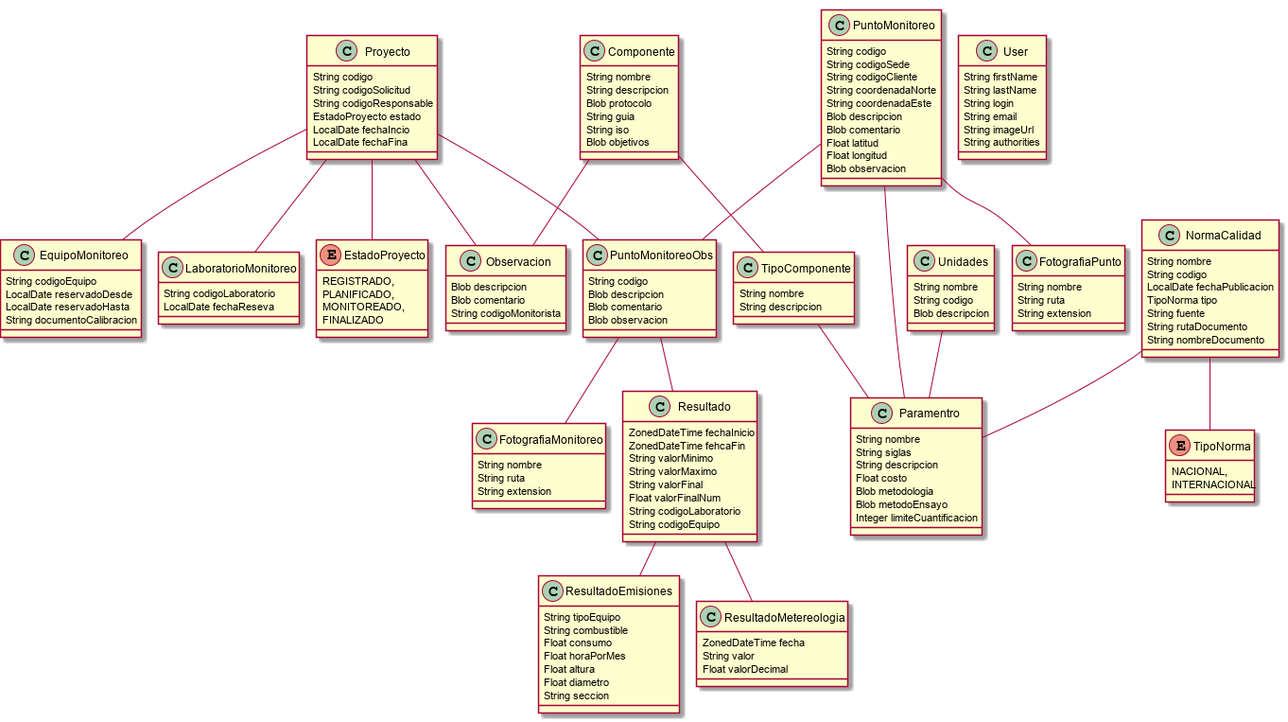
Above: Monitoreo.model.png in MIJAEL888/Sigma (PlantUML), before the change. The source it was exported from:
```plantuml
@startuml
	!pragma graphviz_dot jdot
	!pragma syntax class
	class Proyecto  {
		String codigo
		String codigoSolicitud
		String codigoResponsable
		EstadoProyecto estado
		LocalDate fechaIncio
		LocalDate fechaFina
	}
	Proyecto ..> EstadoProyecto
	class EquipoMonitoreo  {
		String codigoEquipo
		LocalDate reservadoDesde
		LocalDate reservadoHasta
		String documentoCalibracion
	}
	class LaboratorioMonitoreo  {
		String codigoLaboratorio
		LocalDate fechaReseva
	}
	class Observacion  {
		Blob descripcion
		Blob comentario
		String codigoMonitorista
	}
	class Componente  {
		String nombre
		String descripcion
		Blob protocolo
		String guia
		String iso
		Blob objetivos
	}
	class TipoComponente  {
		String nombre
		String descripcion
	}
	class Paramentro  {
		String nombre
		String siglas
		String descripcion
		Float costo
		Blob metodologia
		Blob metodoEnsayo
		Integer limiteCuantificacion
	}
	class NormaCalidad  {
		String nombre
		String codigo
		LocalDate fechaPublicacion
		TipoNorma tipo
		String fuente
		String rutaDocumento
		String nombreDocumento
	}
	NormaCalidad ..> TipoNorma
	class PuntoMonitoreo  {
		String codigo
		String codigoSede
		String codigoCliente
		String coordenadaNorte
		String coordenadaEste
		Blob descripcion
		Blob comentario
		Float latitud
		Float longitud
		Blob observacion
	}
	class PuntoMonitoreoObs  {
		String codigo
		Blob descripcion
		Blob comentario
		Blob observacion
	}
	class FotografiaPunto  {
		String nombre
		String ruta
		String extension
	}
	class FotografiaMonitoreo  {
		String nombre
		String ruta
		String extension
	}
	enum EstadoProyecto {
		REGISTRADO,
		PLANIFICADO,
		MONITOREADO,
		FINALIZADO
	}
	enum TipoNorma {
		NACIONAL,
		INTERNACIONAL
	}
	class Unidades  {
		String nombre
		String codigo
		Blob descripcion
	}
	class Resultado  {
		ZonedDateTime fechaInicio
		ZonedDateTime fehcaFin
		String valorMinimo
		String valorMaximo
		String valorFinal
		Float valorFinalNum
		String codigoLaboratorio
		String codigoEquipo
	}
	class ResultadoEmisiones  {
		String tipoEquipo
		String combustible
		Float consumo
		Float horaPorMes
		Float altura
		Float diametro
		String seccion
	}
	class ResultadoMetereologia  {
		ZonedDateTime fecha
		String valor
		Float valorDecimal
	}
	Proyecto  "PuntoMonitoreo 0..1 " --o "proyecto 0..* "  PuntoMonitoreoObs
	PuntoMonitoreo  "puntoMonitoreoObs 0..1 " --o "0..* "  PuntoMonitoreoObs
	PuntoMonitoreo  "Paramentro 0..1 " --o "0..* "  Paramentro
	Componente  "tipoComponente 0..1 " --o "0..* "  TipoComponente
	TipoComponente  "Paramentro 0..1 " --o "0..* "  Paramentro
	NormaCalidad  "Paramentro 0..1 " --o "0..* "  Paramentro
	Unidades  "Paramentro 0..1 " --o "0..* "  Paramentro
	PuntoMonitoreo  "fotografiaPunto 0..1 " --o "0..* "  FotografiaPunto
	PuntoMonitoreoObs  "fotografiaMonitoreo 0..1 " --o "0..* "  FotografiaMonitoreo
	Proyecto  "equipo 0..1 " --o "proyecto 0..* "  EquipoMonitoreo
	Proyecto  "observacion 0..1 " --o "proyecto 0..* "  Observacion
	Proyecto  "laboratorio 0..1 " --o "0..* "  LaboratorioMonitoreo
	Resultado  "resultadoEmisiones 0..1 " --o "0..* "  ResultadoEmisiones
	Resultado  "resultadoMetereologia 0..1 " --o "0..* "  ResultadoMetereologia
	Componente  "observacion 0..1 " --o "0..* "  Observacion
	PuntoMonitoreoObs  "resultado 0..1 " -- "puntoMonitoreoObs 0..1 "  Resultado
	class User  {
		String firstName
		String lastName
		String login
		String email
		String imageUrl
		String authorities
	}
@enduml
```
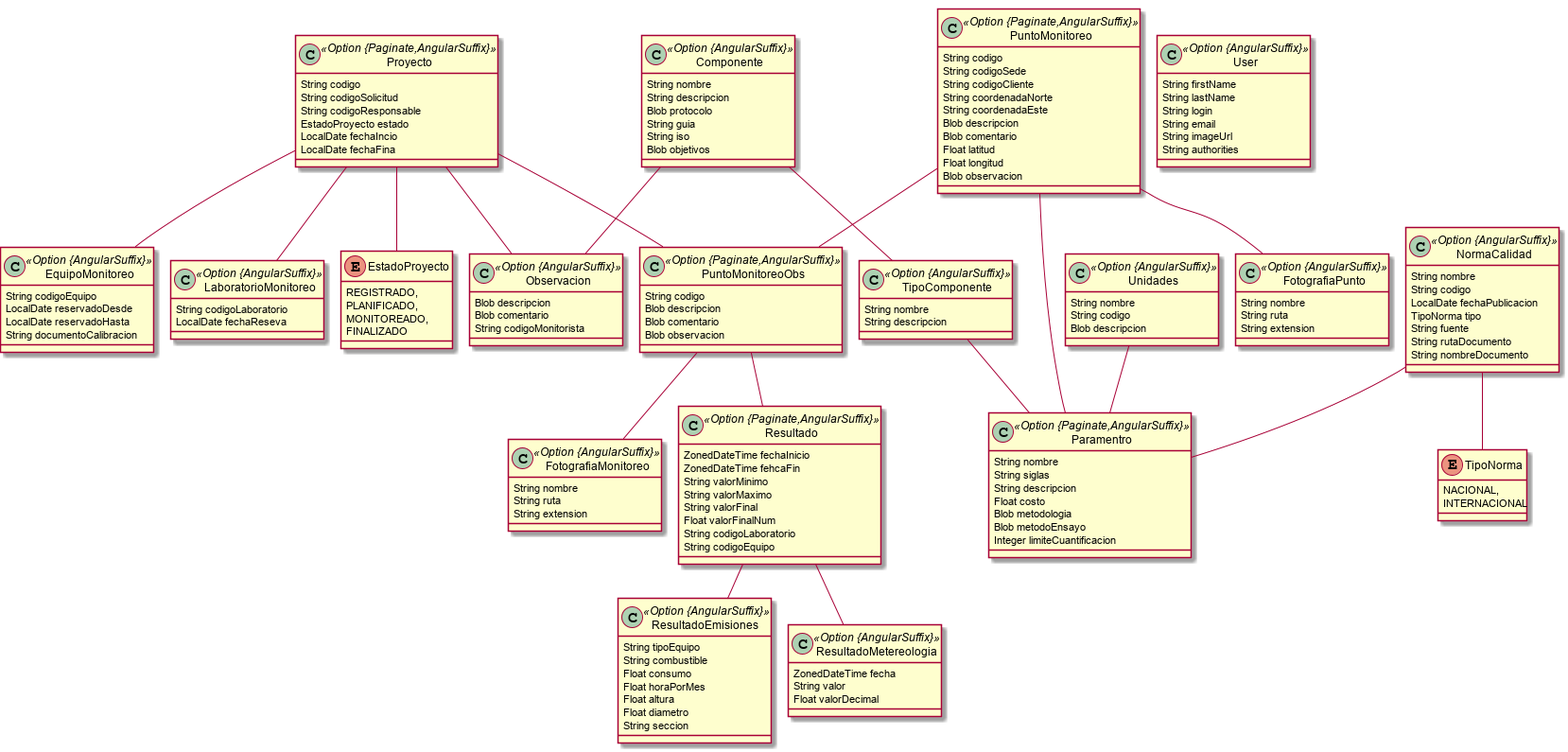
The same file after the commit.

The edit, as a diff of the source:
```diff
@@ -1,7 +1,7 @@
 @startuml
 	!pragma graphviz_dot jdot
 	!pragma syntax class
-	class Proyecto  {
+	class Proyecto <<Option {Paginate,AngularSuffix}>> {
 		String codigo
 		String codigoSolicitud
 		String codigoResponsable
@@ -10,22 +10,22 @@
 		LocalDate fechaFina
 	}
 	Proyecto ..> EstadoProyecto
-	class EquipoMonitoreo  {
+	class EquipoMonitoreo <<Option {AngularSuffix}>> {
 		String codigoEquipo
 		LocalDate reservadoDesde
 		LocalDate reservadoHasta
 		String documentoCalibracion
 	}
-	class LaboratorioMonitoreo  {
+	class LaboratorioMonitoreo <<Option {AngularSuffix}>> {
 		String codigoLaboratorio
 		LocalDate fechaReseva
 	}
-	class Observacion  {
+	class Observacion <<Option {AngularSuffix}>> {
 		Blob descripcion
 		Blob comentario
 		String codigoMonitorista
 	}
-	class Componente  {
+	class Componente <<Option {AngularSuffix}>> {
 		String nombre
 		String descripcion
 		Blob protocolo
@@ -33,11 +33,11 @@
 		String iso
 		Blob objetivos
 	}
-	class TipoComponente  {
+	class TipoComponente <<Option {AngularSuffix}>> {
 		String nombre
 		String descripcion
 	}
-	class Paramentro  {
+	class Paramentro <<Option {Paginate,AngularSuffix}>> {
 		String nombre
 		String siglas
 		String descripcion
@@ -46,7 +46,7 @@
 		Blob metodoEnsayo
 		Integer limiteCuantificacion
 	}
-	class NormaCalidad  {
+	class NormaCalidad <<Option {AngularSuffix}>> {
 		String nombre
 		String codigo
 		LocalDate fechaPublicacion
@@ -56,7 +56,7 @@
 		String nombreDocumento
 	}
 	NormaCalidad ..> TipoNorma
-	class PuntoMonitoreo  {
+	class PuntoMonitoreo <<Option {Paginate,AngularSuffix}>> {
 		String codigo
 		String codigoSede
 		String codigoCliente
@@ -68,18 +68,18 @@
 		Float longitud
 		Blob observacion
 	}
-	class PuntoMonitoreoObs  {
+	class PuntoMonitoreoObs <<Option {Paginate,AngularSuffix}>> {
 		String codigo
 		Blob descripcion
 		Blob comentario
 		Blob observacion
 	}
-	class FotografiaPunto  {
+	class FotografiaPunto <<Option {AngularSuffix}>> {
 		String nombre
 		String ruta
 		String extension
 	}
-	class FotografiaMonitoreo  {
+	class FotografiaMonitoreo <<Option {AngularSuffix}>> {
 		String nombre
 		String ruta
 		String extension
@@ -94,12 +94,12 @@
 		NACIONAL,
 		INTERNACIONAL
 	}
-	class Unidades  {
+	class Unidades <<Option {AngularSuffix}>> {
 		String nombre
 		String codigo
 		Blob descripcion
 	}
-	class Resultado  {
+	class Resultado <<Option {Paginate,AngularSuffix}>> {
 		ZonedDateTime fechaInicio
 		ZonedDateTime fehcaFin
 		String valorMinimo
@@ -109,7 +109,7 @@
 		String codigoLaboratorio
 		String codigoEquipo
 	}
-	class ResultadoEmisiones  {
+	class ResultadoEmisiones <<Option {AngularSuffix}>> {
 		String tipoEquipo
 		String combustible
 		Float consumo
@@ -118,7 +118,7 @@
 		Float diametro
 		String seccion
 	}
-	class ResultadoMetereologia  {
+	class ResultadoMetereologia <<Option {AngularSuffix}>> {
 		ZonedDateTime fecha
 		String valor
 		Float valorDecimal
@@ -139,7 +139,7 @@
 	Resultado  "resultadoMetereologia 0..1 " --o "0..* "  ResultadoMetereologia
 	Componente  "observacion 0..1 " --o "0..* "  Observacion
 	PuntoMonitoreoObs  "resultado 0..1 " -- "puntoMonitoreoObs 0..1 "  Resultado
-	class User  {
+	class User <<Option {AngularSuffix}>> {
 		String firstName
 		String lastName
 		String login
```
